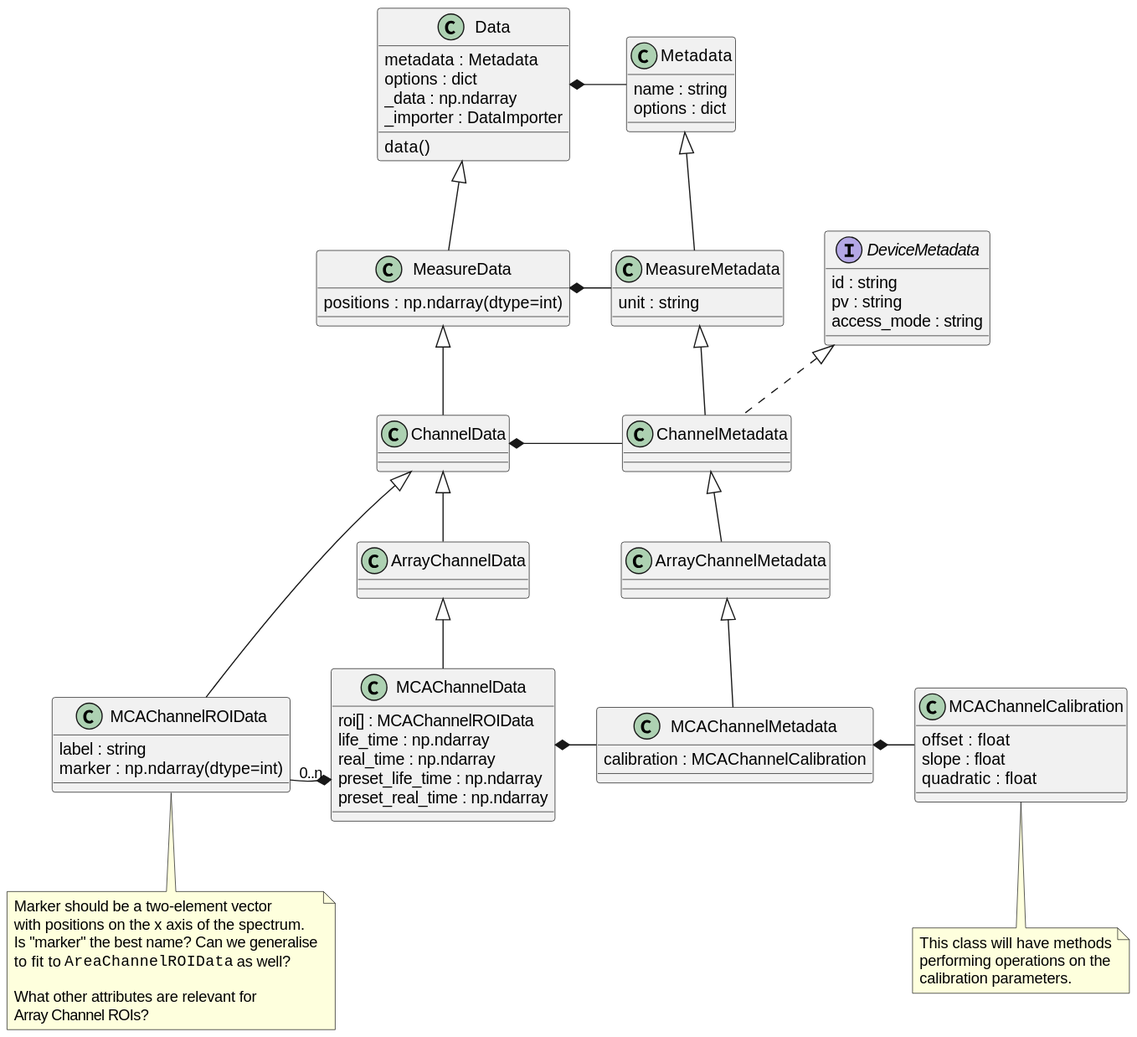
The PlantUML diagram docs/uml/mcachannel.svg in tillbiskup/evedata, before a commit.
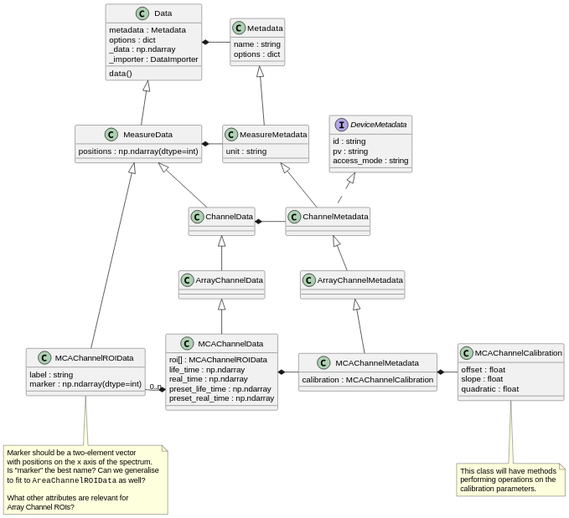
Later version of the same file.

Commit message:
ROI classes inherit from MeasureData; adjust UML; update docs

The edit, as a diff of the source:
```diff
@@ -36,7 +36,7 @@
 
 MCAChannelROIData -[hidden]> MCAChannelData
 
-class MCAChannelROIData extends ChannelData {
+class MCAChannelROIData extends MeasureData {
     {field} label : string
     {field} marker : np.ndarray(dtype=int)
 }
@@ -66,6 +66,8 @@
     access_mode : string
 }
 
+MeasureMetadata -[hidden]> DeviceMetadata
+
 class ChannelMetadata extends MeasureMetadata implements DeviceMetadata
 
 class ArrayChannelMetadata extends ChannelMetadata
```
